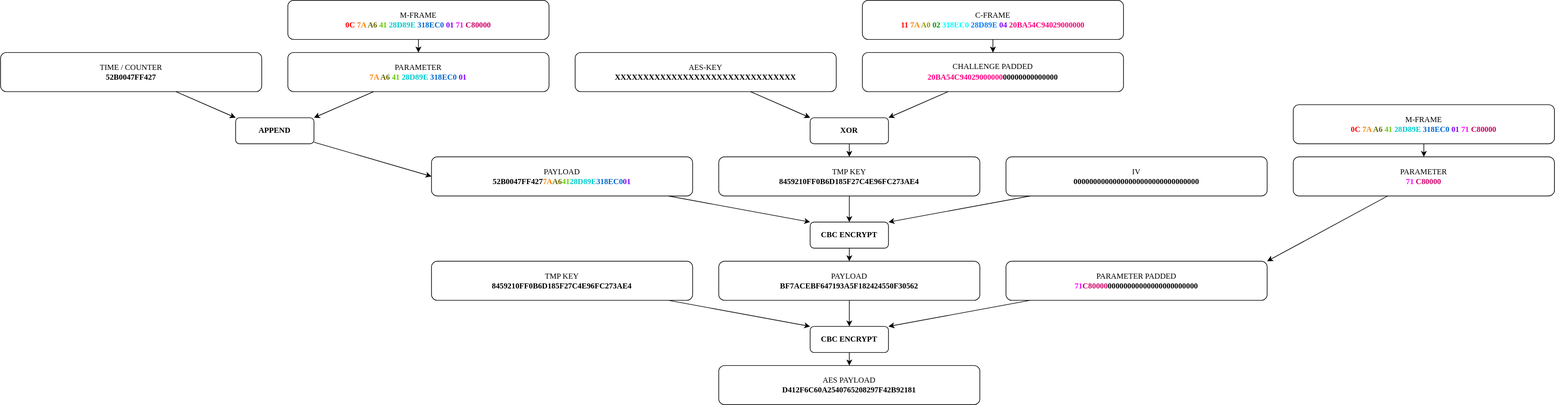
This is doc/img/CR-encryption.svg from fkie-cad/bidcos-security-doc, a draw.io export, as it was before one commit. Source tidied: cells renumbered, new cells last; positions are measured from the earlier drawing's top-left corner, leaving out a move shared by most shapes. Its diagram source:
```xml
<mxGraphModel>
  <root>
    <mxCell id="0" />
    <mxCell id="1" parent="0" />
    <mxCell id="2" style="edgeStyle=orthogonalEdgeStyle;rounded=0;jettySize=auto;html=1;fontFamily=Verdana;fontSize=12;fontColor=#FF0080;" parent="1" edge="1" source="3" target="5">
      <mxGeometry relative="1" as="geometry" />
    </mxCell>
    <mxCell id="3" value="C-FRAME&lt;div&gt;&lt;b&gt;&lt;font style=&quot;font-size: 12px&quot; face=&quot;Verdana&quot;&gt;&lt;span style=&quot;left: 456.517px ; top: 674.609px ; transform: scalex(1.01884)&quot; dir=&quot;ltr&quot;&gt;&lt;font color=&quot;#FF0000&quot;&gt;11&lt;/font&gt; &lt;font color=&quot;#FF8000&quot;&gt;7A&lt;/font&gt; &lt;font color=&quot;#999900&quot;&gt;A0&lt;/font&gt; &lt;font color=&quot;#009900&quot;&gt;02&lt;/font&gt; &lt;font color=&quot;#00FFFF&quot;&gt;318EC0&lt;/font&gt; &lt;font color=&quot;#007FFF&quot;&gt;28D89E&lt;/font&gt; &lt;font color=&quot;#7F00FF&quot;&gt;04&lt;/font&gt; &lt;font color=&quot;#FF0080&quot;&gt;20BA54C94029000000&lt;/font&gt;&lt;/span&gt;&lt;/font&gt;&lt;/b&gt;&lt;/div&gt;" style="rounded=1;whiteSpace=wrap;html=1;fontFamily=Verdana;fontSize=12;" parent="1" vertex="1">
      <mxGeometry x="1320" width="400" height="60" as="geometry" />
    </mxCell>
    <mxCell id="4" style="edgeStyle=none;rounded=0;jettySize=auto;html=1;fontFamily=Verdana;fontSize=12;fontColor=#000000;entryX=1;entryY=0;entryDx=0;entryDy=0;" parent="1" edge="1" source="5" target="11">
      <mxGeometry relative="1" as="geometry" />
    </mxCell>
    <mxCell id="5" value="&lt;div&gt;&lt;pre&gt;&lt;font style=&quot;font-size: 12px&quot; face=&quot;Verdana&quot; color=&quot;#FF0080&quot;&gt;&lt;span style=&quot;background-color: transparent&quot;&gt;&lt;font color=&quot;#000000&quot;&gt;CHALLENGE PADDED&lt;/font&gt;&lt;/span&gt;&lt;/font&gt;&lt;b&gt;&lt;font style=&quot;font-size: 12px&quot; face=&quot;Verdana&quot; color=&quot;#FF0080&quot;&gt;&lt;span style=&quot;background-color: transparent&quot;&gt;&lt;br&gt;20BA54C94029000000&lt;font color=&quot;#000000&quot;&gt;00000000000000&lt;/font&gt;&lt;/span&gt;&lt;/font&gt;&lt;/b&gt;&lt;/pre&gt;&lt;/div&gt;" style="rounded=1;whiteSpace=wrap;html=1;fontFamily=Verdana;fontSize=12;" parent="1" vertex="1">
      <mxGeometry x="1320" y="80" width="400" height="60" as="geometry" />
    </mxCell>
    <mxCell id="6" style="edgeStyle=none;rounded=0;jettySize=auto;html=1;fontFamily=Verdana;fontSize=12;fontColor=#000000;entryX=0;entryY=0;entryDx=0;entryDy=0;" parent="1" edge="1" source="7" target="11">
      <mxGeometry relative="1" as="geometry" />
    </mxCell>
    <mxCell id="7" value="&lt;font style=&quot;font-size: 12px&quot; face=&quot;Verdana&quot;&gt;&lt;span style=&quot;background-color: transparent&quot;&gt;DEFAULT KEY&lt;/span&gt;&lt;/font&gt;&lt;b&gt;&lt;font style=&quot;font-size: 12px&quot; face=&quot;Verdana&quot;&gt;&lt;span style=&quot;background-color: transparent&quot;&gt;&lt;br&gt;A4E375C6B09FD185F27C4E96FC273AE4&lt;/span&gt;&lt;/font&gt;&lt;/b&gt;" style="rounded=1;whiteSpace=wrap;html=1;fontFamily=Verdana;fontSize=12;" parent="1" vertex="1">
      <mxGeometry x="880" y="80" width="400" height="60" as="geometry" />
    </mxCell>
    <mxCell id="8" style="edgeStyle=none;rounded=0;jettySize=auto;html=1;fontFamily=Verdana;fontSize=12;fontColor=#000000;" parent="1" edge="1" source="9" target="25">
      <mxGeometry relative="1" as="geometry" />
    </mxCell>
    <mxCell id="9" value="TMP KEY&lt;b&gt;&lt;br&gt;8459210FF0B6D185F27C4E96FC273AE4&lt;/b&gt;" style="rounded=1;whiteSpace=wrap;html=1;fontFamily=Verdana;fontSize=12;" parent="1" vertex="1">
      <mxGeometry x="1100" y="240" width="400" height="60" as="geometry" />
    </mxCell>
    <mxCell id="10" style="edgeStyle=none;rounded=0;jettySize=auto;html=1;entryX=0.5;entryY=0;entryDx=0;entryDy=0;fontFamily=Verdana;fontSize=12;fontColor=#000000;" parent="1" edge="1" source="11" target="9">
      <mxGeometry relative="1" as="geometry" />
    </mxCell>
    <mxCell id="11" value="&lt;font color=&quot;#000000&quot;&gt;&lt;b&gt;XOR&lt;/b&gt;&lt;/font&gt;" style="rounded=1;whiteSpace=wrap;html=1;labelBackgroundColor=none;fontFamily=Verdana;fontSize=12;fontColor=#FF0080;" parent="1" vertex="1">
      <mxGeometry x="1240" y="180" width="120" height="40" as="geometry" />
    </mxCell>
    <mxCell id="12" style="edgeStyle=none;rounded=0;jettySize=auto;html=1;entryX=1;entryY=0;entryDx=0;entryDy=0;fontFamily=Verdana;fontSize=12;fontColor=#000000;" parent="1" edge="1" source="13" target="25">
      <mxGeometry relative="1" as="geometry" />
    </mxCell>
    <mxCell id="13" value="IV&lt;b&gt;&lt;br&gt;00000000000000000000000000000000&lt;/b&gt;" style="rounded=1;whiteSpace=wrap;html=1;fontFamily=Verdana;fontSize=12;" parent="1" vertex="1">
      <mxGeometry x="1540" y="240" width="400" height="60" as="geometry" />
    </mxCell>
    <mxCell id="14" style="edgeStyle=none;rounded=0;jettySize=auto;html=1;entryX=0;entryY=0;entryDx=0;entryDy=0;fontFamily=Verdana;fontSize=12;fontColor=#000000;" parent="1" edge="1" source="15" target="25">
      <mxGeometry relative="1" as="geometry" />
    </mxCell>
    <mxCell id="15" value="PAYLOAD&lt;b&gt;&lt;b&gt;&lt;font style=&quot;font-size: 12px&quot; face=&quot;Verdana&quot;&gt;&lt;span style=&quot;background-color: transparent&quot;&gt;&lt;br&gt;52B0047FF427&lt;/span&gt;&lt;/font&gt;&lt;/b&gt;&lt;/b&gt;&lt;b&gt;&lt;font style=&quot;font-size: 12px&quot; face=&quot;Verdana&quot;&gt;&lt;span style=&quot;left: 456.517px ; top: 674.609px ; transform: scalex(1.01884)&quot; dir=&quot;ltr&quot;&gt;&lt;font color=&quot;#FF8000&quot;&gt;7A&lt;/font&gt;&lt;font color=&quot;#666600&quot;&gt;A6&lt;/font&gt;&lt;font color=&quot;#66CC00&quot;&gt;41&lt;/font&gt;&lt;font color=&quot;#00CCCC&quot;&gt;28D89E&lt;/font&gt;&lt;font color=&quot;#0066CC&quot;&gt;318EC0&lt;/font&gt;&lt;font color=&quot;#7F00FF&quot;&gt;01&lt;/font&gt;&lt;/span&gt;&lt;/font&gt;&lt;/b&gt;" style="rounded=1;whiteSpace=wrap;html=1;fontFamily=Verdana;fontSize=12;" parent="1" vertex="1">
      <mxGeometry x="660" y="240" width="400" height="60" as="geometry" />
    </mxCell>
    <mxCell id="16" style="edgeStyle=none;rounded=0;jettySize=auto;html=1;entryX=1;entryY=0;entryDx=0;entryDy=0;fontFamily=Verdana;fontSize=12;fontColor=#000000;" parent="1" edge="1" source="17" target="23">
      <mxGeometry relative="1" as="geometry" />
    </mxCell>
    <mxCell id="17" value="&lt;font style=&quot;font-size: 12px&quot; face=&quot;Verdana&quot;&gt;&lt;span style=&quot;background-color: transparent&quot;&gt;PARAMETER&lt;/span&gt;&lt;/font&gt;&lt;b&gt;&lt;font style=&quot;font-size: 12px&quot; face=&quot;Verdana&quot;&gt;&lt;span style=&quot;background-color: transparent&quot;&gt;&lt;br&gt;&lt;/span&gt;&lt;/font&gt;&lt;/b&gt;&lt;b&gt;&lt;font style=&quot;font-size: 12px&quot; face=&quot;Verdana&quot;&gt;&lt;span style=&quot;left: 456.517px ; top: 674.609px ; transform: scalex(1.01884)&quot; dir=&quot;ltr&quot;&gt;&lt;font color=&quot;#FF8000&quot;&gt;7A&lt;/font&gt; &lt;font color=&quot;#666600&quot;&gt;A6&lt;/font&gt; &lt;font color=&quot;#66CC00&quot;&gt;41&lt;/font&gt; &lt;font color=&quot;#00CCCC&quot;&gt;28D89E&lt;/font&gt; &lt;font color=&quot;#0066CC&quot;&gt;318EC0&lt;/font&gt; &lt;font color=&quot;#7F00FF&quot;&gt;01&lt;/font&gt;&lt;/span&gt;&lt;/font&gt;&lt;/b&gt;" style="rounded=1;whiteSpace=wrap;html=1;fontFamily=Verdana;fontSize=12;" parent="1" vertex="1">
      <mxGeometry x="440" y="80" width="400" height="60" as="geometry" />
    </mxCell>
    <mxCell id="18" style="edgeStyle=none;rounded=0;jettySize=auto;html=1;entryX=0;entryY=0;entryDx=0;entryDy=0;fontFamily=Verdana;fontSize=12;fontColor=#000000;" parent="1" edge="1" source="19" target="23">
      <mxGeometry relative="1" as="geometry" />
    </mxCell>
    <mxCell id="19" value="&lt;font style=&quot;font-size: 12px&quot; face=&quot;Verdana&quot;&gt;&lt;span style=&quot;background-color: transparent&quot;&gt;TIME / COUNTER&lt;/span&gt;&lt;/font&gt;&lt;font style=&quot;font-size: 12px&quot; face=&quot;Verdana&quot;&gt;&lt;span style=&quot;background-color: transparent&quot;&gt;&lt;/span&gt;&lt;/font&gt;&lt;b&gt;&lt;font style=&quot;font-size: 12px&quot; face=&quot;Verdana&quot;&gt;&lt;span style=&quot;background-color: transparent&quot;&gt;&lt;br&gt;52B0047FF427&lt;/span&gt;&lt;/font&gt;&lt;/b&gt;" style="rounded=1;whiteSpace=wrap;html=1;fontFamily=Verdana;fontSize=12;" parent="1" vertex="1">
      <mxGeometry y="80" width="400" height="60" as="geometry" />
    </mxCell>
    <mxCell id="20" style="edgeStyle=none;rounded=0;jettySize=auto;html=1;fontFamily=Verdana;fontSize=12;fontColor=#FFB570;" parent="1" edge="1" source="21" target="17">
      <mxGeometry relative="1" as="geometry" />
    </mxCell>
    <mxCell id="21" value="M-FRAME&lt;div&gt;&lt;b&gt;&lt;font style=&quot;font-size: 12px&quot; face=&quot;Verdana&quot;&gt;&lt;span style=&quot;left: 456.517px ; top: 674.609px ; transform: scalex(1.01884)&quot; dir=&quot;ltr&quot;&gt;&lt;font color=&quot;#FF0000&quot;&gt;0C&lt;/font&gt; &lt;font color=&quot;#FF8000&quot;&gt;7A&lt;/font&gt; &lt;font color=&quot;#666600&quot;&gt;A6&lt;/font&gt; &lt;font color=&quot;#66CC00&quot;&gt;41&lt;/font&gt; &lt;font color=&quot;#00CCCC&quot;&gt;28D89E&lt;/font&gt; &lt;font color=&quot;#0066CC&quot;&gt;318EC0&lt;/font&gt; &lt;font color=&quot;#7F00FF&quot;&gt;01&lt;/font&gt; &lt;font color=&quot;#FF00FF&quot;&gt;71&lt;/font&gt; &lt;font color=&quot;#CC0066&quot;&gt;C80000&lt;/font&gt;&lt;br&gt;&lt;/span&gt;&lt;/font&gt;&lt;/b&gt;&lt;/div&gt;" style="rounded=1;whiteSpace=wrap;html=1;fontFamily=Verdana;fontSize=12;" parent="1" vertex="1">
      <mxGeometry x="440" width="400" height="60" as="geometry" />
    </mxCell>
    <mxCell id="22" style="edgeStyle=none;rounded=0;jettySize=auto;html=1;entryX=0;entryY=0.5;entryDx=0;entryDy=0;fontFamily=Verdana;fontSize=12;fontColor=#000000;" parent="1" edge="1" source="23" target="15">
      <mxGeometry relative="1" as="geometry" />
    </mxCell>
    <mxCell id="23" value="&lt;b&gt;&lt;font color=&quot;#000000&quot;&gt;APPEND&lt;/font&gt;&lt;/b&gt;" style="rounded=1;whiteSpace=wrap;html=1;labelBackgroundColor=none;fontFamily=Verdana;fontSize=12;fontColor=#FF0080;" parent="1" vertex="1">
      <mxGeometry x="360" y="180" width="120" height="40" as="geometry" />
    </mxCell>
    <mxCell id="24" style="edgeStyle=none;rounded=0;jettySize=auto;html=1;fontFamily=Verdana;fontSize=12;fontColor=#000000;" parent="1" edge="1" source="25" target="27">
      <mxGeometry relative="1" as="geometry" />
    </mxCell>
    <mxCell id="25" value="&lt;b&gt;&lt;font color=&quot;#000000&quot;&gt;CBC ENCRYPT&lt;/font&gt;&lt;/b&gt;" style="rounded=1;whiteSpace=wrap;html=1;labelBackgroundColor=none;fontFamily=Verdana;fontSize=12;fontColor=#FF0080;" parent="1" vertex="1">
      <mxGeometry x="1240" y="340" width="120" height="40" as="geometry" />
    </mxCell>
    <mxCell id="26" style="edgeStyle=none;rounded=0;jettySize=auto;html=1;entryX=0.5;entryY=0;entryDx=0;entryDy=0;fontFamily=Verdana;fontSize=12;fontColor=#000000;" parent="1" edge="1" source="27" target="37">
      <mxGeometry relative="1" as="geometry" />
    </mxCell>
    <mxCell id="27" value="&lt;div&gt;PAYLOAD&lt;b&gt;&lt;br&gt;&lt;/b&gt;&lt;/div&gt;&lt;div&gt;&lt;b&gt;BF7ACEBF647193A5F182424550F30562&lt;/b&gt;&lt;/div&gt;" style="rounded=1;whiteSpace=wrap;html=1;fontFamily=Verdana;fontSize=12;" parent="1" vertex="1">
      <mxGeometry x="1100" y="400" width="400" height="60" as="geometry" />
    </mxCell>
    <mxCell id="28" style="edgeStyle=none;rounded=0;jettySize=auto;html=1;entryX=1;entryY=0;entryDx=0;entryDy=0;fontFamily=Verdana;fontSize=12;fontColor=#000000;" parent="1" edge="1" source="29" target="37">
      <mxGeometry relative="1" as="geometry" />
    </mxCell>
    <mxCell id="29" value="PARAMETER PADDED&lt;b&gt;&lt;br&gt;&lt;/b&gt;&lt;b&gt;&lt;b&gt;&lt;font style=&quot;font-size: 12px&quot; face=&quot;Verdana&quot;&gt;&lt;span style=&quot;left: 456.517px ; top: 674.609px ; transform: scalex(1.01884)&quot; dir=&quot;ltr&quot;&gt;&lt;font color=&quot;#7F00FF&quot;&gt;&lt;/font&gt;&lt;font color=&quot;#FF00FF&quot;&gt;71&lt;/font&gt;&lt;font color=&quot;#CC0066&quot;&gt;C80000&lt;/font&gt;&lt;/span&gt;&lt;/font&gt;&lt;/b&gt;00000000000000000000000&lt;/b&gt;" style="rounded=1;whiteSpace=wrap;html=1;fontFamily=Verdana;fontSize=12;" parent="1" vertex="1">
      <mxGeometry x="1540" y="400" width="400" height="60" as="geometry" />
    </mxCell>
    <mxCell id="30" style="edgeStyle=none;rounded=0;jettySize=auto;html=1;entryX=1;entryY=0;entryDx=0;entryDy=0;fontFamily=Verdana;fontSize=12;fontColor=#000000;" parent="1" edge="1" source="31" target="29">
      <mxGeometry relative="1" as="geometry" />
    </mxCell>
    <mxCell id="31" value="&lt;font style=&quot;font-size: 12px&quot; face=&quot;Verdana&quot;&gt;&lt;span style=&quot;background-color: transparent&quot;&gt;PARAMETER&lt;/span&gt;&lt;/font&gt;&lt;b&gt;&lt;font style=&quot;font-size: 12px&quot; face=&quot;Verdana&quot;&gt;&lt;span style=&quot;background-color: transparent&quot;&gt;&lt;br&gt;&lt;/span&gt;&lt;/font&gt;&lt;/b&gt;&lt;b&gt;&lt;font style=&quot;font-size: 12px&quot; face=&quot;Verdana&quot;&gt;&lt;span style=&quot;left: 456.517px ; top: 674.609px ; transform: scalex(1.01884)&quot; dir=&quot;ltr&quot;&gt;&lt;/span&gt;&lt;/font&gt;&lt;/b&gt;&lt;b&gt;&lt;font style=&quot;font-size: 12px&quot; face=&quot;Verdana&quot;&gt;&lt;span style=&quot;left: 456.517px ; top: 674.609px ; transform: scalex(1.01884)&quot; dir=&quot;ltr&quot;&gt;&lt;font color=&quot;#FF00FF&quot;&gt;71&lt;/font&gt; &lt;font color=&quot;#CC0066&quot;&gt;C80000&lt;/font&gt;&lt;/span&gt;&lt;/font&gt;&lt;/b&gt;" style="rounded=1;whiteSpace=wrap;html=1;fontFamily=Verdana;fontSize=12;" parent="1" vertex="1">
      <mxGeometry x="1980" y="240" width="400" height="60" as="geometry" />
    </mxCell>
    <mxCell id="32" style="edgeStyle=none;rounded=0;jettySize=auto;html=1;fontFamily=Verdana;fontSize=12;fontColor=#000000;" parent="1" edge="1" source="33" target="31">
      <mxGeometry relative="1" as="geometry" />
    </mxCell>
    <mxCell id="33" value="M-FRAME&lt;div&gt;&lt;b&gt;&lt;font style=&quot;font-size: 12px&quot; face=&quot;Verdana&quot;&gt;&lt;span style=&quot;left: 456.517px ; top: 674.609px ; transform: scalex(1.01884)&quot; dir=&quot;ltr&quot;&gt;&lt;font color=&quot;#FF0000&quot;&gt;0C&lt;/font&gt; &lt;font color=&quot;#FF8000&quot;&gt;7A&lt;/font&gt; &lt;font color=&quot;#666600&quot;&gt;A6&lt;/font&gt; &lt;font color=&quot;#66CC00&quot;&gt;41&lt;/font&gt; &lt;font color=&quot;#00CCCC&quot;&gt;28D89E&lt;/font&gt; &lt;font color=&quot;#0066CC&quot;&gt;318EC0&lt;/font&gt; &lt;font color=&quot;#7F00FF&quot;&gt;01&lt;/font&gt; &lt;font color=&quot;#FF00FF&quot;&gt;71&lt;/font&gt; &lt;font color=&quot;#CC0066&quot;&gt;C80000&lt;/font&gt;&lt;br&gt;&lt;/span&gt;&lt;/font&gt;&lt;/b&gt;&lt;/div&gt;" style="rounded=1;whiteSpace=wrap;html=1;fontFamily=Verdana;fontSize=12;" parent="1" vertex="1">
      <mxGeometry x="1980" y="160" width="400" height="60" as="geometry" />
    </mxCell>
    <mxCell id="34" style="edgeStyle=none;rounded=0;jettySize=auto;html=1;entryX=0;entryY=0;entryDx=0;entryDy=0;fontFamily=Verdana;fontSize=12;fontColor=#000000;" parent="1" edge="1" source="35" target="37">
      <mxGeometry relative="1" as="geometry" />
    </mxCell>
    <mxCell id="35" value="TMP KEY&lt;b&gt;&lt;br&gt;8459210FF0B6D185F27C4E96FC273AE4&lt;/b&gt;" style="rounded=1;whiteSpace=wrap;html=1;fontFamily=Verdana;fontSize=12;" parent="1" vertex="1">
      <mxGeometry x="660" y="400" width="400" height="60" as="geometry" />
    </mxCell>
    <mxCell id="36" style="edgeStyle=none;rounded=0;jettySize=auto;html=1;fontFamily=Verdana;fontSize=12;fontColor=#000000;" parent="1" edge="1" source="37" target="38">
      <mxGeometry relative="1" as="geometry" />
    </mxCell>
    <mxCell id="37" value="&lt;b&gt;&lt;font color=&quot;#000000&quot;&gt;CBC ENCRYPT&lt;/font&gt;&lt;/b&gt;" style="rounded=1;whiteSpace=wrap;html=1;labelBackgroundColor=none;fontFamily=Verdana;fontSize=12;fontColor=#FF0080;" parent="1" vertex="1">
      <mxGeometry x="1240" y="500" width="120" height="40" as="geometry" />
    </mxCell>
    <mxCell id="38" value="&lt;div&gt;AES PAYLOAD&lt;b&gt;&lt;br&gt;&lt;/b&gt;&lt;/div&gt;&lt;div&gt;&lt;b&gt;D412F6C60A2540765208297F42B92181&lt;/b&gt;&lt;/div&gt;" style="rounded=1;whiteSpace=wrap;html=1;fontFamily=Verdana;fontSize=12;" parent="1" vertex="1">
      <mxGeometry x="1100" y="560" width="400" height="60" as="geometry" />
    </mxCell>
  </root>
</mxGraphModel>
```
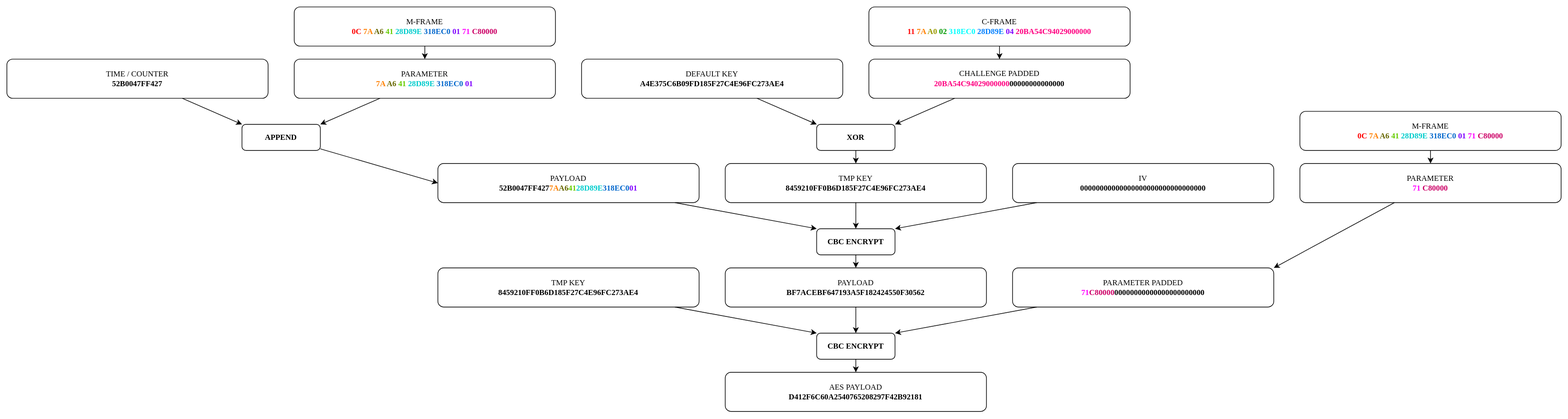
Above is the later version.

Diff of the diagram source:
```diff
@@ -2,6 +2,9 @@
   <root>
     <mxCell id="0" />
     <mxCell id="1" parent="0" />
+    <mxCell id="39" style="rounded=0;whiteSpace=wrap;html=1;fillColor=#FFFFFF;strokeColor=none;" parent="1" vertex="1">
+      <mxGeometry x="-10" y="-10" width="2400" height="640" as="geometry" />
+    </mxCell>
     <mxCell id="2" style="edgeStyle=orthogonalEdgeStyle;rounded=0;jettySize=auto;html=1;fontFamily=Verdana;fontSize=12;fontColor=#FF0080;" parent="1" edge="1" source="3" target="5">
       <mxGeometry relative="1" as="geometry" />
     </mxCell>
```
